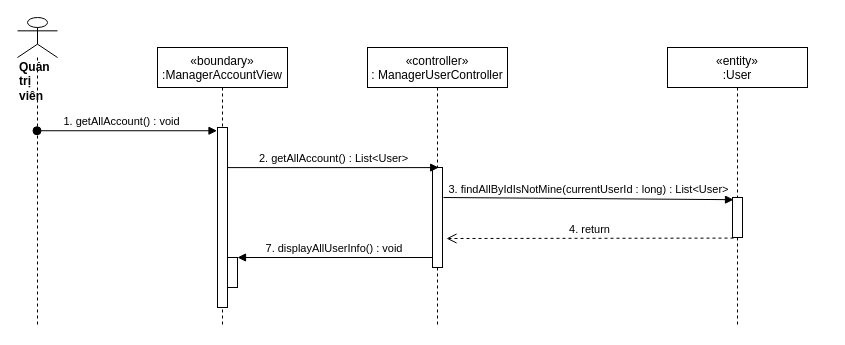
Earlier version of the draw.io diagram sequence diagram/view-user-manager-sequence.drawio (nguyenphamvan/datn_20202). Source tidied: cells renumbered, new cells numbered last; positions are measured from the earlier drawing's top-left corner, leaving out a move shared by most shapes. Both pictures are drawn from the tidied source at 100%, with x=0, y=0 at pixel (17, 17).
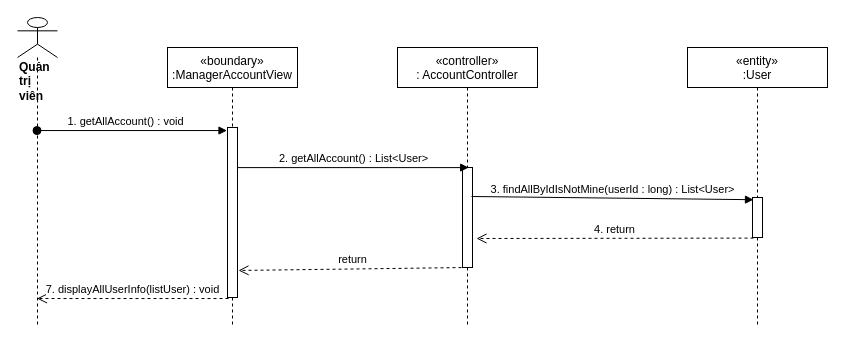
The same diagram, later.

Diff of the diagram source:
```diff
@@
 <mxGraphModel>
   <root>
     <mxCell id="0" />
     <mxCell id="1" parent="0" />
     <mxCell id="2" value="«boundary»&#10;:ManagerAccountView" style="shape=umlLifeline;perimeter=lifelinePerimeter;rounded=0;shadow=0;strokeWidth=1;" parent="1" vertex="1">
-      <mxGeometry x="140" y="30" width="130" height="280" as="geometry" />
+      <mxGeometry x="150" y="30" width="130" height="280" as="geometry" />
     </mxCell>
     <mxCell id="3" style="points=[];perimeter=orthogonalPerimeter;rounded=0;shadow=0;strokeWidth=1;" parent="2" vertex="1">
-      <mxGeometry x="60" y="80" width="10" height="180" as="geometry" />
+      <mxGeometry x="60" y="80" width="10" height="170" as="geometry" />
     </mxCell>
-    <mxCell id="4" style="html=1;points=[];perimeter=orthogonalPerimeter;" parent="2" vertex="1">
-      <mxGeometry x="70" y="210" width="10" height="30" as="geometry" />
-    </mxCell>
-    <mxCell id="5" value="«controller»&#10;: ManagerUserController" style="shape=umlLifeline;perimeter=lifelinePerimeter;rounded=0;shadow=0;strokeWidth=1;" parent="1" vertex="1">
-      <mxGeometry x="350" y="30" width="140" height="280" as="geometry" />
+    <mxCell id="5" value="«controller»&#10;: AccountController" style="shape=umlLifeline;perimeter=lifelinePerimeter;rounded=0;shadow=0;strokeWidth=1;" parent="1" vertex="1">
+      <mxGeometry x="380" y="30" width="140" height="280" as="geometry" />
     </mxCell>
     <mxCell id="6" style="points=[];perimeter=orthogonalPerimeter;rounded=0;shadow=0;strokeWidth=1;" parent="5" vertex="1">
       <mxGeometry x="65" y="120" width="10" height="100" as="geometry" />
     </mxCell>
     <mxCell id="7" value="&lt;div&gt;&lt;b&gt;Quản trị viên&lt;/b&gt;&lt;/div&gt;" style="shape=umlLifeline;participant=umlActor;perimeter=lifelinePerimeter;whiteSpace=wrap;html=1;verticalAlign=top;spacingTop=36;outlineConnect=0;align=left;size=40;" parent="1" vertex="1">
       <mxGeometry width="40" height="310" as="geometry" />
     </mxCell>
     <mxCell id="8" value="1. getAllAccount() : void" style="verticalAlign=bottom;startArrow=oval;endArrow=block;startSize=8;shadow=0;strokeWidth=1;entryX=-0.05;entryY=0.018;entryDx=0;entryDy=0;entryPerimeter=0;" parent="1" edge="1" source="7" target="3">
       <mxGeometry x="-0.06" relative="1" as="geometry" />
     </mxCell>
     <mxCell id="9" value="2. getAllAccount() : List&amp;lt;User&amp;gt;" style="html=1;verticalAlign=bottom;endArrow=block;entryX=0.617;entryY=0.001;entryDx=0;entryDy=0;entryPerimeter=0;" parent="1" edge="1" source="3" target="6">
       <mxGeometry relative="1" as="geometry" />
     </mxCell>
-    <mxCell id="10" value="7. displayAllUserInfo() : void" style="verticalAlign=bottom;endArrow=block;shadow=0;strokeWidth=1;" parent="1" edge="1" source="6" target="4">
-      <mxGeometry relative="1" as="geometry" />
-    </mxCell>
     <mxCell id="11" value="«entity»&#10;:User" style="shape=umlLifeline;perimeter=lifelinePerimeter;rounded=0;shadow=0;strokeWidth=1;" parent="1" vertex="1">
-      <mxGeometry x="650" y="30" width="140" height="280" as="geometry" />
+      <mxGeometry x="670" y="30" width="140" height="280" as="geometry" />
     </mxCell>
     <mxCell id="12" style="points=[];perimeter=orthogonalPerimeter;rounded=0;shadow=0;strokeWidth=1;" parent="11" vertex="1">
       <mxGeometry x="65" y="150" width="10" height="40" as="geometry" />
     </mxCell>
-    <mxCell id="13" value="3. findAllByIdIsNotMine(currentUserId : long) : List&amp;lt;User&amp;gt;" style="html=1;verticalAlign=bottom;endArrow=block;entryX=0.1;entryY=0.055;entryDx=0;entryDy=0;entryPerimeter=0;" parent="1" edge="1" target="12">
-      <mxGeometry relative="1" as="geometry">
-        <mxPoint x="426" y="180" as="sourcePoint" />
-      </mxGeometry>
+    <mxCell id="13" value="3. findAllByIdIsNotMine(userId : long) : List&amp;lt;User&amp;gt;" style="html=1;verticalAlign=bottom;endArrow=block;entryX=0.1;entryY=0.055;entryDx=0;entryDy=0;entryPerimeter=0;exitX=0.9;exitY=0.29;exitDx=0;exitDy=0;exitPerimeter=0;" parent="1" edge="1" source="6" target="12">
+      <mxGeometry relative="1" as="geometry" />
     </mxCell>
     <mxCell id="14" value="4. return" style="html=1;verticalAlign=bottom;endArrow=open;dashed=1;endSize=8;exitX=0.1;exitY=1.015;exitDx=0;exitDy=0;exitPerimeter=0;entryX=1.4;entryY=0.71;entryDx=0;entryDy=0;entryPerimeter=0;" parent="1" edge="1" source="12" target="6">
       <mxGeometry relative="1" as="geometry" />
     </mxCell>
+    <mxCell id="15" value="&lt;span style=&quot;color: rgb(0 , 0 , 0) ; font-family: &amp;#34;helvetica&amp;#34; ; font-size: 11px ; font-style: normal ; font-weight: 400 ; letter-spacing: normal ; text-align: center ; text-indent: 0px ; text-transform: none ; word-spacing: 0px ; background-color: rgb(255 , 255 , 255) ; display: inline ; float: none&quot;&gt;7. displayAllUserInfo(listUser) : void&lt;/span&gt;" style="html=1;verticalAlign=bottom;endArrow=open;dashed=1;endSize=8;exitX=0.1;exitY=1.006;exitDx=0;exitDy=0;exitPerimeter=0;" parent="1" edge="1" source="3" target="7">
+      <mxGeometry relative="1" as="geometry" />
+    </mxCell>
+    <mxCell id="16" value="return" style="html=1;verticalAlign=bottom;endArrow=open;dashed=1;endSize=8;entryX=1.1;entryY=0.841;entryDx=0;entryDy=0;entryPerimeter=0;exitX=0.5;exitY=1;exitDx=0;exitDy=0;exitPerimeter=0;" parent="1" edge="1" source="6" target="3">
+      <mxGeometry relative="1" as="geometry" />
+    </mxCell>
   </root>
 </mxGraphModel>
```
